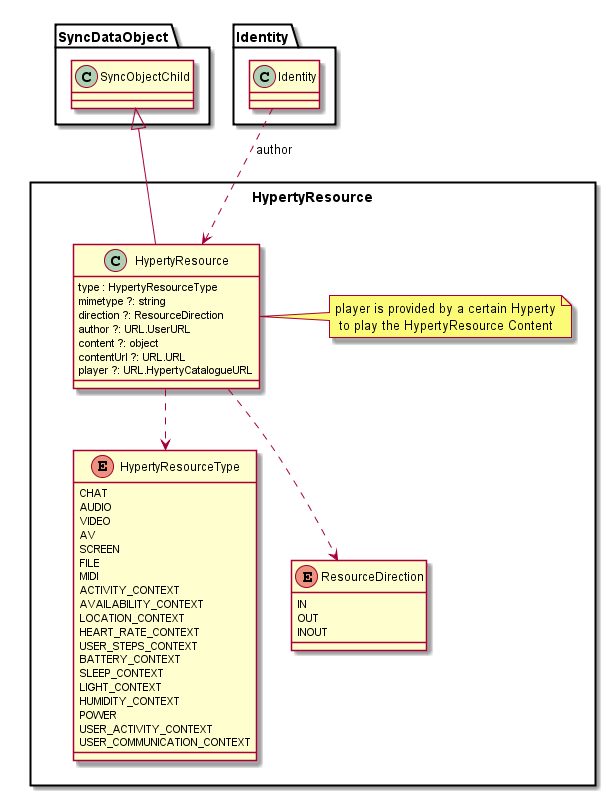
reTHINK-project/specs keeps this PlantUML diagram as datamodel/core/hyperty-resource/Hyperty-Resource-Data-Object-Model.png. Above is the earlier version.
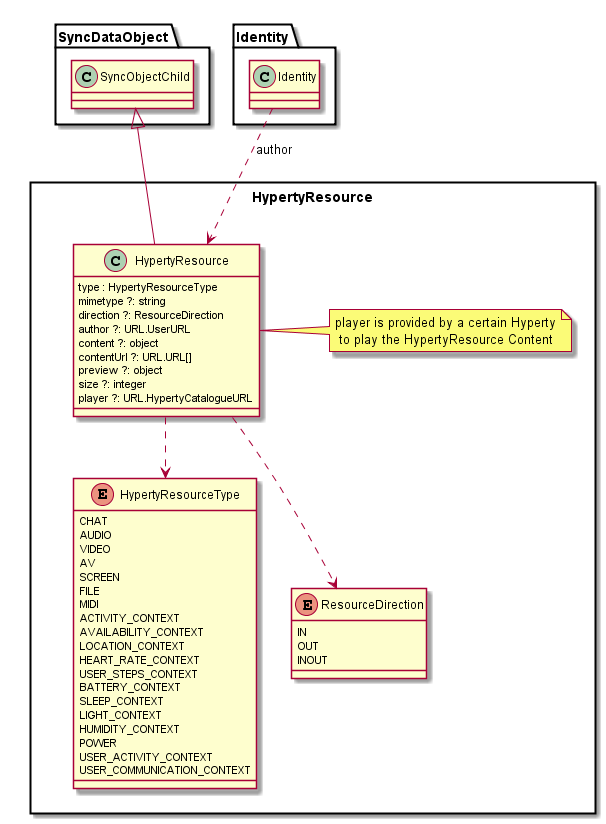
Above is the later version.

Commit message:
Hyperty-Resource-Data-Object-Model updated to deal with files

Diff of the diagram source:
```diff
@@ -8,7 +8,9 @@
 		direction ?: ResourceDirection
 		author ?: URL.UserURL
 		content ?: object
-		contentUrl ?: URL.URL
+		contentUrl ?: URL.URL[]
+		preview ?: object
+		size ?: integer
 		player ?: URL.HypertyCatalogueURL
 	}
 
```
